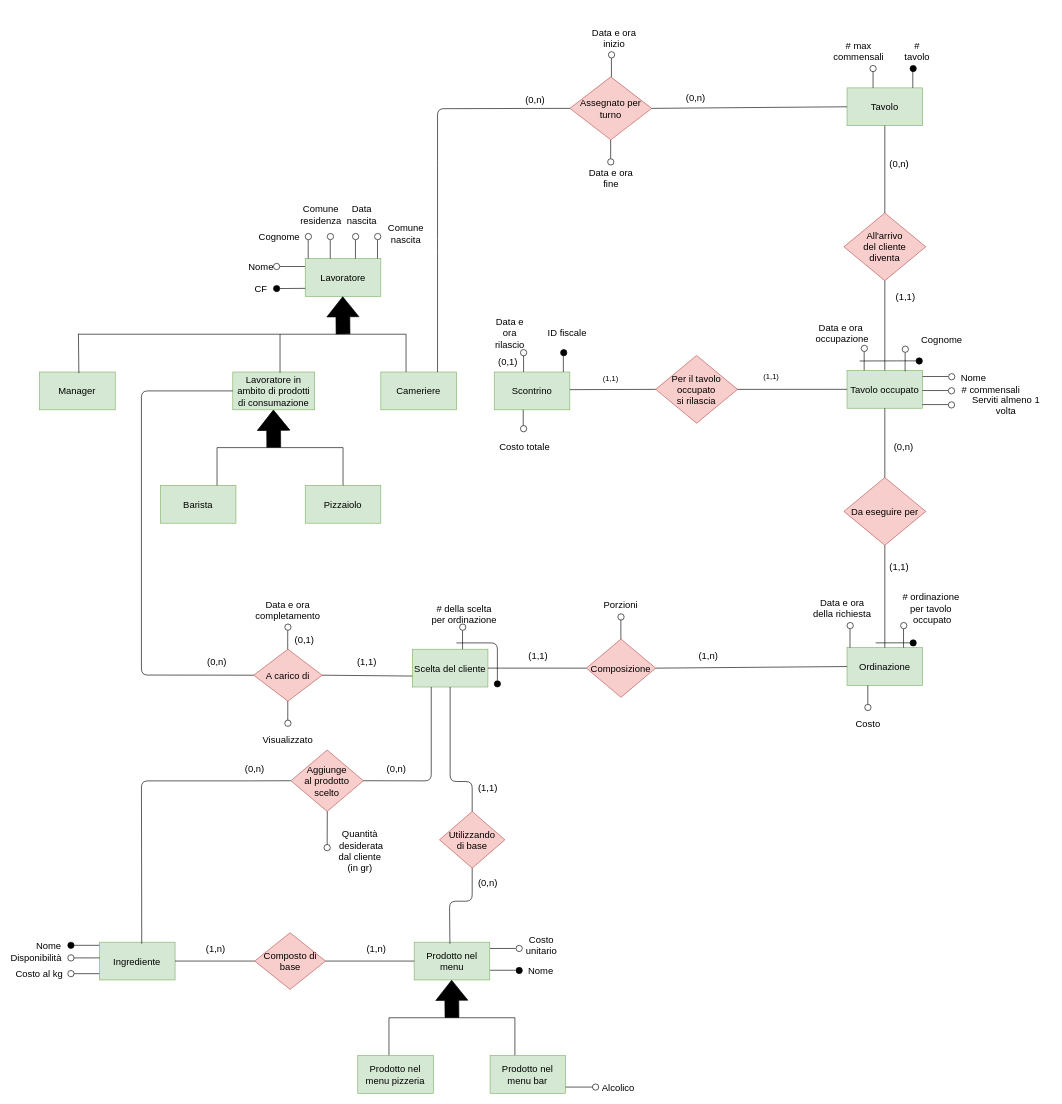
This is ERD/ERD_EditableDiagram.drawio from StefanoBelli/pizzeria, a draw.io file, before an edit. Source tidied: cells renumbered, new cells numbered last; positions are measured from the earlier drawing's top-left corner, leaving out a move shared by most shapes. Both pictures are drawn from the tidied source at 63%, with x=0, y=0 at pixel (11, 32).
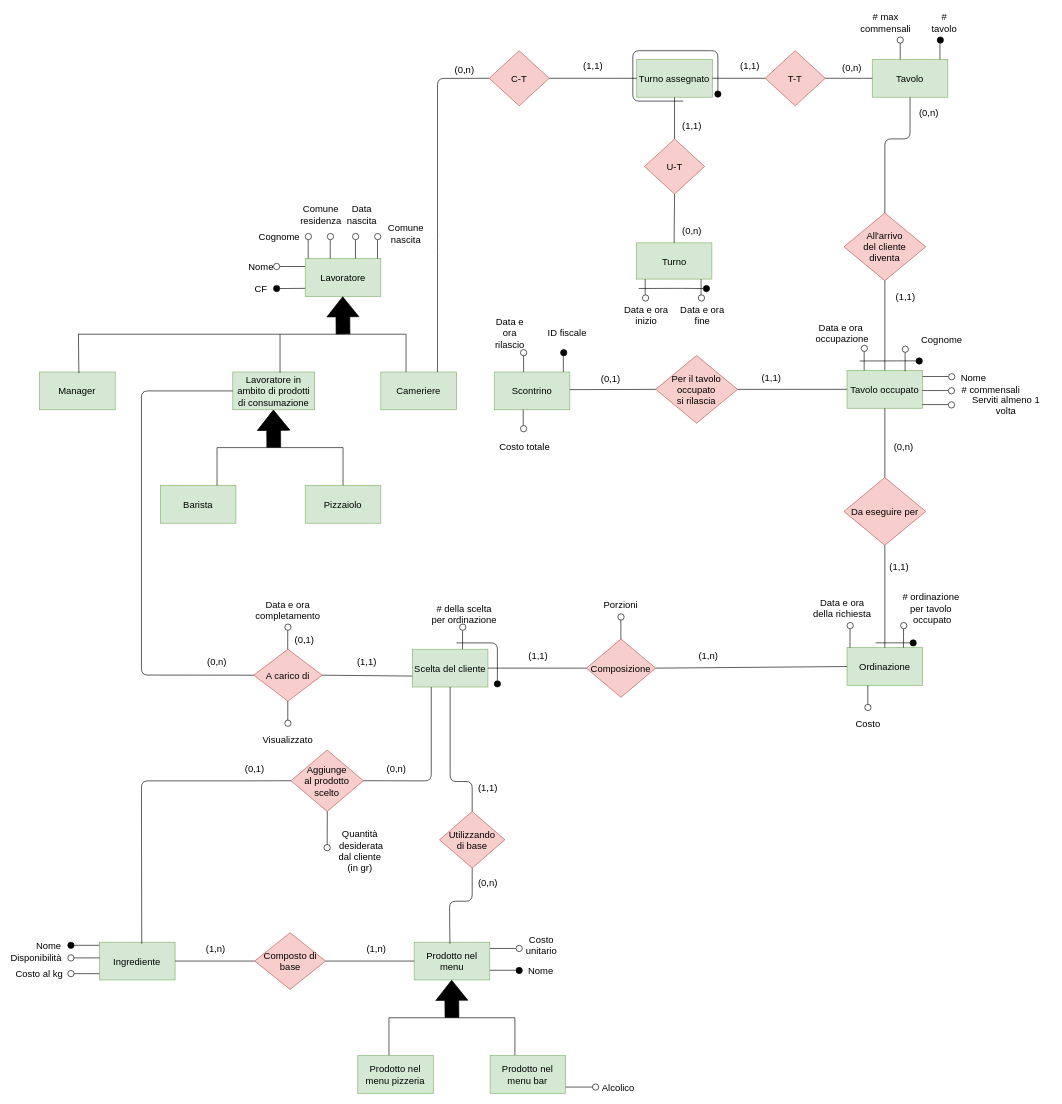
Above is the later version.

The change refers to these unchanged cells:
```xml
<mxCell id="4" value="Cameriere" style="rounded=0;whiteSpace=wrap;html=1;fontSize=15;fillColor=#d5e8d4;strokeColor=#82b366;" parent="1" vertex="1">
  <mxGeometry x="587" y="540" width="120" height="60" as="geometry" />
</mxCell>
<mxCell id="139" value="All'arrivo&lt;br&gt;del cliente&lt;br&gt;diventa" style="rhombus;whiteSpace=wrap;html=1;fontSize=15;fillColor=#f8cecc;strokeColor=#b85450;" parent="1" vertex="1">
  <mxGeometry x="1322" y="287.5" width="130" height="107.5" as="geometry" />
</mxCell>
```

Change to the diagram source:
```diff
@@
     <mxCell id="2" value="Tavolo" style="rounded=0;whiteSpace=wrap;html=1;fontSize=15;fillColor=#d5e8d4;strokeColor=#82b366;" parent="1" vertex="1">
-      <mxGeometry x="1327" y="89" width="120" height="60" as="geometry" />
+      <mxGeometry x="1367" y="43.8" width="120" height="60" as="geometry" />
     </mxCell>
-    <mxCell id="3" value="Assegnato per turno" style="rhombus;whiteSpace=wrap;html=1;fontSize=15;fillColor=#f8cecc;strokeColor=#b85450;" parent="1" vertex="1">
-      <mxGeometry x="887" y="71.5" width="130" height="100" as="geometry" />
-    </mxCell>
@@
-    <mxCell id="9" style="endArrow=none;html=1;entryX=0;entryY=0.5;entryDx=0;entryDy=0;exitX=0.75;exitY=0;exitDx=0;exitDy=0;" parent="1" edge="1" source="4" target="3">
+    <mxCell id="9" style="endArrow=none;html=1;exitX=0.75;exitY=0;exitDx=0;exitDy=0;entryX=0;entryY=0.5;entryDx=0;entryDy=0;" parent="1" edge="1" source="4" target="187">
       <mxGeometry relative="1" as="geometry">
         <Array as="points">
           <mxPoint x="677" y="340" />
-          <mxPoint x="677" y="222" />
-          <mxPoint x="677" y="122" />
+          <mxPoint x="677" y="74" />
         </Array>
       </mxGeometry>
     </mxCell>
@@
-    <mxCell id="46" style="endArrow=none;html=1;fillColor=#000000;fontSize=15;" parent="1" edge="1">
-      <mxGeometry relative="1" as="geometry">
-        <mxPoint x="953" y="71.5" as="sourcePoint" />
-        <mxPoint x="953" y="41.5" as="targetPoint" />
-      </mxGeometry>
-    </mxCell>
-    <mxCell id="47" style="ellipse;whiteSpace=wrap;html=1;fontSize=15;" parent="1" vertex="1">
-      <mxGeometry x="948.2" y="31.5" width="10" height="10" as="geometry" />
-    </mxCell>
-    <mxCell id="48" value="Data e ora inizio" style="text;html=1;strokeColor=none;fillColor=none;align=center;verticalAlign=middle;whiteSpace=wrap;rounded=0;fontSize=15;" parent="1" vertex="1">
-      <mxGeometry x="910.8" width="92.5" height="20" as="geometry" />
-    </mxCell>
@@
     <mxCell id="61" style="endArrow=none;html=1;fillColor=#000000;fontSize=15;" parent="1" edge="1">
       <mxGeometry relative="1" as="geometry">
-        <mxPoint x="1431.4" y="89" as="sourcePoint" />
-        <mxPoint x="1431.4" y="59" as="targetPoint" />
+        <mxPoint x="1474.5" y="43.8" as="sourcePoint" />
+        <mxPoint x="1474.5" y="13.8" as="targetPoint" />
       </mxGeometry>
     </mxCell>
     <mxCell id="62" style="ellipse;whiteSpace=wrap;html=1;fillColor=#000000;fontSize=15;" parent="1" vertex="1">
-      <mxGeometry x="1427" y="53.3" width="10" height="10" as="geometry" />
+      <mxGeometry x="1470.1" y="8.1" width="10" height="10" as="geometry" />
     </mxCell>
     <mxCell id="63" value="&lt;div style=&quot;font-size: 15px;&quot;&gt;# tavolo&lt;/div&gt;" style="text;html=1;strokeColor=none;fillColor=none;align=center;verticalAlign=middle;whiteSpace=wrap;rounded=0;fontSize=15;" parent="1" vertex="1">
-      <mxGeometry x="1412" y="20" width="52.5" height="20" as="geometry" />
+      <mxGeometry x="1455.1" y="-25.2" width="52.5" height="20" as="geometry" />
     </mxCell>
@@
-    <mxCell id="90" style="endArrow=none;html=1;fillColor=#000000;fontSize=15;" parent="1" edge="1">
-      <mxGeometry relative="1" as="geometry">
-        <mxPoint x="951.8" y="201.5" as="sourcePoint" />
-        <mxPoint x="951.8" y="171.5" as="targetPoint" />
-      </mxGeometry>
-    </mxCell>
-    <mxCell id="91" style="ellipse;whiteSpace=wrap;html=1;fontSize=15;" parent="1" vertex="1">
-      <mxGeometry x="947" y="201.5" width="10" height="10" as="geometry" />
-    </mxCell>
-    <mxCell id="92" value="Data e ora fine" style="text;html=1;strokeColor=none;fillColor=none;align=center;verticalAlign=middle;whiteSpace=wrap;rounded=0;fontSize=15;" parent="1" vertex="1">
-      <mxGeometry x="910.8" y="221.5" width="82.5" height="20" as="geometry" />
-    </mxCell>
@@
     <mxCell id="100" value="&lt;div&gt;(0,n)&lt;/div&gt;" style="text;html=1;strokeColor=none;fillColor=none;align=center;verticalAlign=middle;whiteSpace=wrap;rounded=0;fontSize=15;" parent="1" vertex="1">
-      <mxGeometry x="1067" y="94" width="40" height="20" as="geometry" />
+      <mxGeometry x="1315.1" y="45.8" width="40" height="20" as="geometry" />
     </mxCell>
@@
     <mxCell id="105" value="(0,n)" style="text;html=1;strokeColor=none;fillColor=none;align=center;verticalAlign=middle;whiteSpace=wrap;rounded=0;fontSize=15;" parent="1" vertex="1">
-      <mxGeometry x="811.6" y="101.5" width="40" height="12.5" as="geometry" />
+      <mxGeometry x="1060.9" y="310" width="40" height="12.5" as="geometry" />
     </mxCell>
@@
-    <mxCell id="123" value="&lt;div&gt;(0,n)&lt;/div&gt;" style="text;html=1;strokeColor=none;fillColor=none;align=center;verticalAlign=middle;whiteSpace=wrap;rounded=0;fontSize=15;" parent="1" vertex="1">
+    <mxCell id="123" value="(0,1)" style="text;html=1;strokeColor=none;fillColor=none;align=center;verticalAlign=middle;whiteSpace=wrap;rounded=0;fontSize=15;" parent="1" vertex="1">
       <mxGeometry x="367" y="1160" width="40" height="20" as="geometry" />
     </mxCell>
@@
     <mxCell id="136" style="endArrow=none;html=1;fillColor=#000000;fontSize=15;" parent="1" edge="1">
       <mxGeometry relative="1" as="geometry">
-        <mxPoint x="1368.3" y="89" as="sourcePoint" />
-        <mxPoint x="1368.3" y="59" as="targetPoint" />
+        <mxPoint x="1411.4" y="43.8" as="sourcePoint" />
+        <mxPoint x="1411.4" y="13.8" as="targetPoint" />
       </mxGeometry>
     </mxCell>
     <mxCell id="137" style="ellipse;whiteSpace=wrap;html=1;fontSize=15;fillColor=#FFFFFF;" parent="1" vertex="1">
-      <mxGeometry x="1363.3" y="53.3" width="10" height="10" as="geometry" />
+      <mxGeometry x="1406.4" y="8.1" width="10" height="10" as="geometry" />
     </mxCell>
     <mxCell id="138" value="# max&lt;br&gt;commensali" style="text;html=1;strokeColor=none;fillColor=none;align=center;verticalAlign=middle;whiteSpace=wrap;rounded=0;fontSize=15;" parent="1" vertex="1">
-      <mxGeometry x="1318.9" y="20" width="52.5" height="20" as="geometry" />
+      <mxGeometry x="1362" y="-25.2" width="52.5" height="20" as="geometry" />
     </mxCell>
@@
     <mxCell id="140" style="endArrow=none;html=1;entryX=0.5;entryY=1;entryDx=0;entryDy=0;exitX=0.5;exitY=0;exitDx=0;exitDy=0;" parent="1" edge="1" source="139" target="2">
-      <mxGeometry relative="1" as="geometry" />
+      <mxGeometry relative="1" as="geometry">
+        <Array as="points">
+          <mxPoint x="1387" y="170" />
+          <mxPoint x="1427" y="170" />
+        </Array>
+      </mxGeometry>
     </mxCell>
@@
     <mxCell id="152" value="&lt;font style=&quot;font-size: 15px&quot;&gt;(0,n)&lt;/font&gt;" style="text;html=1;strokeColor=none;fillColor=none;align=center;verticalAlign=middle;whiteSpace=wrap;rounded=0;" parent="1" vertex="1">
-      <mxGeometry x="1389.5" y="199" width="40" height="20" as="geometry" />
+      <mxGeometry x="1436.6" y="117.5" width="40" height="20" as="geometry" />
     </mxCell>
@@
-    <mxCell id="156" style="endArrow=none;html=1;entryX=0;entryY=0.5;entryDx=0;entryDy=0;exitX=1;exitY=0.5;exitDx=0;exitDy=0;" parent="1" edge="1" source="3" target="2">
-      <mxGeometry relative="1" as="geometry" />
-    </mxCell>
@@
-    <mxCell id="161" value="(1,1)" style="text;html=1;strokeColor=none;fillColor=none;align=center;verticalAlign=middle;whiteSpace=wrap;rounded=0;" parent="1" vertex="1">
+    <mxCell id="161" value="(1,1)" style="text;html=1;strokeColor=none;fillColor=none;align=center;verticalAlign=middle;whiteSpace=wrap;rounded=0;fontSize=15;" parent="1" vertex="1">
       <mxGeometry x="1187" y="537.5" width="40" height="20" as="geometry" />
     </mxCell>
-    <mxCell id="162" value="(1,1)" style="text;html=1;strokeColor=none;fillColor=none;align=center;verticalAlign=middle;whiteSpace=wrap;rounded=0;" parent="1" vertex="1">
+    <mxCell id="162" value="(0,1)" style="text;html=1;strokeColor=none;fillColor=none;align=center;verticalAlign=middle;whiteSpace=wrap;rounded=0;fontSize=15;" parent="1" vertex="1">
       <mxGeometry x="932" y="540" width="40" height="20" as="geometry" />
     </mxCell>
@@
-    <mxCell id="170" value="&lt;font style=&quot;font-size: 15px&quot;&gt;(0,1)&lt;/font&gt;" style="text;html=1;strokeColor=none;fillColor=none;align=center;verticalAlign=middle;whiteSpace=wrap;rounded=0;" parent="1" vertex="1">
-      <mxGeometry x="768.6" y="513.8" width="40" height="20" as="geometry" />
-    </mxCell>
@@
+    <mxCell id="184" value="Turno" style="rounded=0;whiteSpace=wrap;html=1;fontSize=15;fillColor=#d5e8d4;strokeColor=#82b366;" parent="1" vertex="1">
+      <mxGeometry x="992.5" y="335" width="120" height="57.5" as="geometry" />
+    </mxCell>
+    <mxCell id="185" value="Turno assegnato" style="rounded=0;whiteSpace=wrap;html=1;fontSize=15;fillColor=#d5e8d4;strokeColor=#82b366;" parent="1" vertex="1">
+      <mxGeometry x="993.2" y="43.8" width="120" height="60" as="geometry" />
+    </mxCell>
+    <mxCell id="186" value="(0,n)" style="text;html=1;strokeColor=none;fillColor=none;align=center;verticalAlign=middle;whiteSpace=wrap;rounded=0;fontSize=15;" parent="1" vertex="1">
+      <mxGeometry x="699.5" y="53.3" width="40" height="12.5" as="geometry" />
+    </mxCell>
+    <mxCell id="187" value="C-T" style="rhombus;whiteSpace=wrap;html=1;fontSize=15;fillColor=#f8cecc;strokeColor=#b85450;" parent="1" vertex="1">
+      <mxGeometry x="758.9" y="30" width="95.4" height="87.5" as="geometry" />
+    </mxCell>
+    <mxCell id="188" value="T-T" style="rhombus;whiteSpace=wrap;html=1;fontSize=15;fillColor=#f8cecc;strokeColor=#b85450;" parent="1" vertex="1">
+      <mxGeometry x="1197" y="30" width="95.4" height="87.5" as="geometry" />
+    </mxCell>
+    <mxCell id="189" value="U-T" style="rhombus;whiteSpace=wrap;html=1;fontSize=15;fillColor=#f8cecc;strokeColor=#b85450;" parent="1" vertex="1">
+      <mxGeometry x="1005.5" y="170" width="95.4" height="87.5" as="geometry" />
+    </mxCell>
+    <mxCell id="190" style="endArrow=none;html=1;fillColor=#000000;fontSize=15;" parent="1" edge="1">
+      <mxGeometry relative="1" as="geometry">
+        <mxPoint x="1006.6" y="422.5" as="sourcePoint" />
+        <mxPoint x="1006.6" y="392.5" as="targetPoint" />
+      </mxGeometry>
+    </mxCell>
+    <mxCell id="191" style="ellipse;whiteSpace=wrap;html=1;fontSize=15;" parent="1" vertex="1">
+      <mxGeometry x="1002.2" y="417.5" width="10" height="10" as="geometry" />
+    </mxCell>
+    <mxCell id="48" value="Data e ora inizio" style="text;html=1;strokeColor=none;fillColor=none;align=center;verticalAlign=middle;whiteSpace=wrap;rounded=0;fontSize=15;" parent="1" vertex="1">
+      <mxGeometry x="967.2" y="440" width="83.4" height="20" as="geometry" />
+    </mxCell>
+    <mxCell id="192" style="endArrow=none;html=1;fillColor=#000000;fontSize=15;" parent="1" edge="1">
+      <mxGeometry relative="1" as="geometry">
+        <mxPoint x="1095.3" y="422.5" as="sourcePoint" />
+        <mxPoint x="1095.3" y="392.5" as="targetPoint" />
+      </mxGeometry>
+    </mxCell>
+    <mxCell id="193" style="ellipse;whiteSpace=wrap;html=1;fontSize=15;" parent="1" vertex="1">
+      <mxGeometry x="1090.9" y="417.5" width="10" height="10" as="geometry" />
+    </mxCell>
+    <mxCell id="92" value="Data e ora&lt;br&gt;fine" style="text;html=1;strokeColor=none;fillColor=none;align=center;verticalAlign=middle;whiteSpace=wrap;rounded=0;fontSize=15;" parent="1" vertex="1">
+      <mxGeometry x="1055.9" y="440" width="83.4" height="20" as="geometry" />
+    </mxCell>
+    <mxCell id="194" style="endArrow=none;html=1;" parent="1" edge="1">
+      <mxGeometry relative="1" as="geometry">
+        <mxPoint x="996.3" y="407.4" as="sourcePoint" />
+        <mxPoint x="1098.8" y="407.5" as="targetPoint" />
+        <Array as="points">
+          <mxPoint x="1065.9" y="407.2" />
+        </Array>
+      </mxGeometry>
+    </mxCell>
+    <mxCell id="195" style="ellipse;whiteSpace=wrap;html=1;fillColor=#000000;fontSize=15;" parent="1" vertex="1">
+      <mxGeometry x="1098.8" y="402.5" width="10" height="10" as="geometry" />
+    </mxCell>
+    <mxCell id="196" style="endArrow=none;html=1;fontSize=15;entryX=0;entryY=0.5;entryDx=0;entryDy=0;exitX=1;exitY=0.5;exitDx=0;exitDy=0;" parent="1" edge="1" source="187" target="185">
+      <mxGeometry relative="1" as="geometry" />
+    </mxCell>
+    <mxCell id="197" style="endArrow=none;html=1;fontSize=15;entryX=0;entryY=0.5;entryDx=0;entryDy=0;exitX=1;exitY=0.5;exitDx=0;exitDy=0;" parent="1" edge="1" source="185" target="188">
+      <mxGeometry relative="1" as="geometry" />
+    </mxCell>
+    <mxCell id="198" style="endArrow=none;html=1;fontSize=15;entryX=0;entryY=0.5;entryDx=0;entryDy=0;exitX=1;exitY=0.5;exitDx=0;exitDy=0;" parent="1" edge="1" source="188" target="2">
+      <mxGeometry relative="1" as="geometry" />
+    </mxCell>
+    <mxCell id="199" style="endArrow=none;html=1;fontSize=15;entryX=0.5;entryY=1;entryDx=0;entryDy=0;exitX=0.5;exitY=0;exitDx=0;exitDy=0;" parent="1" edge="1" source="184" target="189">
+      <mxGeometry relative="1" as="geometry" />
+    </mxCell>
+    <mxCell id="200" style="endArrow=none;html=1;fontSize=15;entryX=0.5;entryY=1;entryDx=0;entryDy=0;" parent="1" edge="1" source="189" target="185">
+      <mxGeometry relative="1" as="geometry" />
+    </mxCell>
+    <mxCell id="201" style="endArrow=none;html=1;fontSize=15;entryX=0.5;entryY=0;entryDx=0;entryDy=0;" parent="1" edge="1" target="202">
+      <mxGeometry relative="1" as="geometry">
+        <mxPoint x="1067" y="110" as="sourcePoint" />
+        <Array as="points">
+          <mxPoint x="987" y="110" />
+          <mxPoint x="987" y="30" />
+          <mxPoint x="1122" y="30" />
+        </Array>
+      </mxGeometry>
+    </mxCell>
+    <mxCell id="202" style="ellipse;whiteSpace=wrap;html=1;fillColor=#000000;fontSize=15;" parent="1" vertex="1">
+      <mxGeometry x="1117" y="93.8" width="10" height="10" as="geometry" />
+    </mxCell>
+    <mxCell id="203" value="(1,1)" style="text;html=1;strokeColor=none;fillColor=none;align=center;verticalAlign=middle;whiteSpace=wrap;rounded=0;fontSize=15;" parent="1" vertex="1">
+      <mxGeometry x="903.6" y="43.8" width="40" height="20" as="geometry" />
+    </mxCell>
+    <mxCell id="204" value="(1,1)" style="text;html=1;strokeColor=none;fillColor=none;align=center;verticalAlign=middle;whiteSpace=wrap;rounded=0;fontSize=15;" parent="1" vertex="1">
+      <mxGeometry x="1153.2" y="43.8" width="40" height="20" as="geometry" />
+    </mxCell>
+    <mxCell id="205" value="(1,1)" style="text;html=1;strokeColor=none;fillColor=none;align=center;verticalAlign=middle;whiteSpace=wrap;rounded=0;fontSize=15;" parent="1" vertex="1">
+      <mxGeometry x="1060.9" y="137.5" width="40" height="20" as="geometry" />
+    </mxCell>
```
